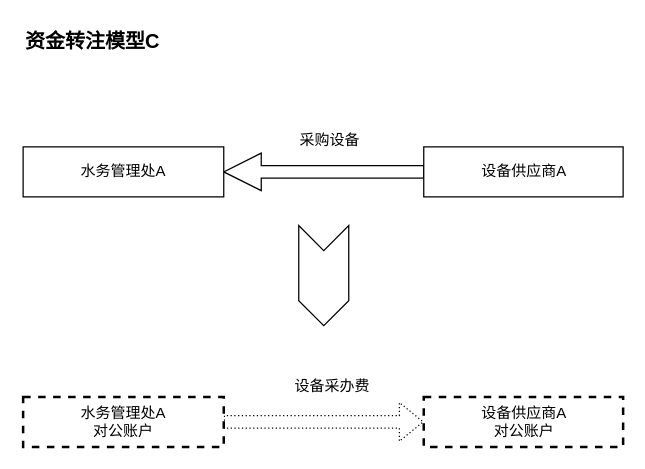
This is page "0003" (3 of 4) of src/main/work/zhonghuan/20231108222507.drawio from ab-doc/draw.io, a draw.io file, before an edit. Source tidied: cells renumbered, new cells numbered last; positions are measured from the earlier drawing's top-left corner, leaving out a move shared by most shapes. Both pictures are drawn from the tidied source at 125%, with x=0, y=0 at pixel (21, 21).
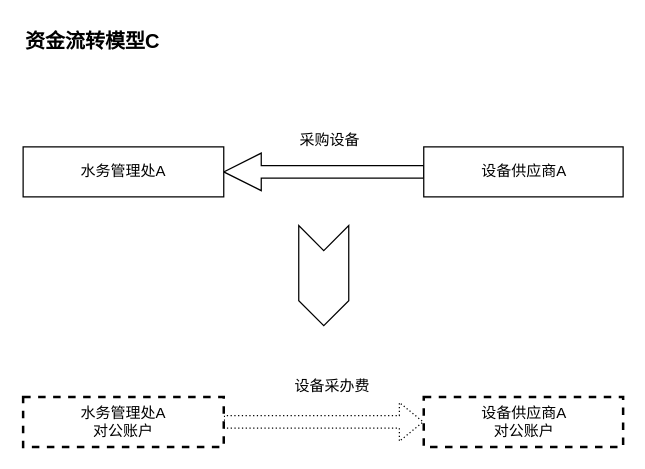
After the change.

Change to the diagram source:
```diff
@@
 <mxGraphModel>
   <root>
     <mxCell id="0" />
     <mxCell id="1" parent="0" />
-    <mxCell id="2" value="&lt;b style=&quot;font-size: 16px;&quot;&gt;资金转注模型C&lt;/b&gt;" style="text;html=1;align=left;verticalAlign=middle;strokeColor=none;fillColor=none;fontSize=16;rounded=0;labelBackgroundColor=none;" parent="1" vertex="1">
+    <mxCell id="2" value="&lt;b style=&quot;font-size: 16px;&quot;&gt;资金流转模型C&lt;/b&gt;" style="text;html=1;align=left;verticalAlign=middle;strokeColor=none;fillColor=none;fontSize=16;rounded=0;labelBackgroundColor=none;" parent="1" vertex="1">
       <mxGeometry x="0.5" width="130" height="30" as="geometry" />
     </mxCell>
     <mxCell id="3" style="edgeStyle=orthogonalEdgeStyle;rounded=0;jettySize=auto;html=1;shape=arrow;strokeColor=default;" parent="1" edge="1" source="5" target="4">
       <mxGeometry relative="1" as="geometry" />
     </mxCell>
     <mxCell id="4" value="水务管理处A" style="rounded=0;whiteSpace=wrap;html=1;" parent="1" vertex="1">
       <mxGeometry x="1" y="100" width="160.5" height="40" as="geometry" />
     </mxCell>
     <mxCell id="5" value="设备供应商A" style="rounded=0;whiteSpace=wrap;html=1;" parent="1" vertex="1">
       <mxGeometry x="321.5" y="100" width="159.5" height="40" as="geometry" />
     </mxCell>
     <mxCell id="6" style="shape=step;perimeter=stepPerimeter;whiteSpace=wrap;html=1;fixedSize=1;direction=south;" parent="1" vertex="1">
       <mxGeometry x="221.5" y="163" width="40" height="80" as="geometry" />
     </mxCell>
     <mxCell id="7" style="edgeStyle=orthogonalEdgeStyle;rounded=0;jettySize=auto;html=1;shape=flexArrow;startArrow=block;startFill=0;endArrow=none;endFill=0;dashed=1;dashPattern=1 2;strokeWidth=1;" parent="1" edge="1" source="9" target="8">
       <mxGeometry relative="1" as="geometry" />
     </mxCell>
     <mxCell id="8" value="水务管理处A&lt;br&gt;对公账户" style="rounded=0;whiteSpace=wrap;html=1;dashed=1;strokeWidth=2;" parent="1" vertex="1">
       <mxGeometry x="1" y="300" width="160.5" height="40" as="geometry" />
     </mxCell>
     <mxCell id="9" value="设备供应商A&lt;br&gt;对公账户" style="rounded=0;whiteSpace=wrap;html=1;dashed=1;strokeWidth=2;" parent="1" vertex="1">
       <mxGeometry x="321.5" y="300" width="159.5" height="40" as="geometry" />
     </mxCell>
     <mxCell id="10" value="采购设备" style="text;html=1;align=center;verticalAlign=middle;strokeColor=none;fillColor=none;" parent="1" vertex="1">
       <mxGeometry x="210.5" y="80" width="70" height="30" as="geometry" />
     </mxCell>
     <mxCell id="11" value="设备采办费" style="text;html=1;align=center;verticalAlign=middle;strokeColor=none;fillColor=none;" parent="1" vertex="1">
       <mxGeometry x="207.5" y="277" width="80" height="30" as="geometry" />
     </mxCell>
   </root>
 </mxGraphModel>
```
